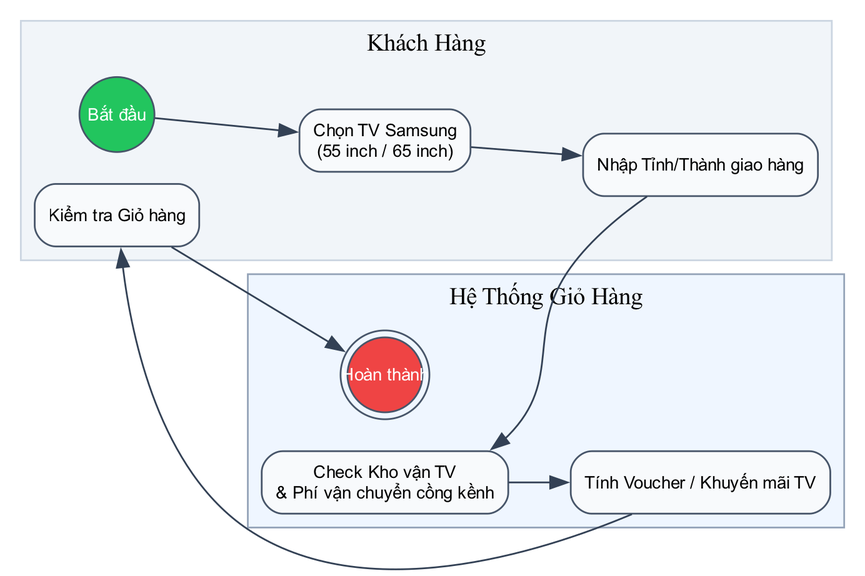
hathuy2706-BA/FPT keeps this Graphviz diagram as diagrams/bpmn_fr05_tv.png. Above is the earlier version. Its source is kept beside it as diagrams/bpmn_fr05_tv.dot. Source of this version:
```dot
digraph G {
    rankdir=LR; bgcolor="white";
    node [fontname="Arial", fontsize=10, shape=box, style="filled,rounded", fillcolor="#F8FAFC", color="#475569"];
    edge [fontname="Arial", fontsize=9, color="#334155"];

    subgraph cluster_user {
        label="Khách Hàng"; style=filled; fillcolor="#F1F5F9"; color="#CBD5E1";
        start [label="Bắt đầu", shape=circle, fillcolor="#22C55E", fontcolor="white", width=0.6, fixedsize=true];
        select_tv [label="Chọn TV Samsung
(55 inch / 65 inch)"];
        input_geo [label="Nhập Tỉnh/Thành giao hàng"];
        view_cart [label="Kiểm tra Giỏ hàng"];
    }

    subgraph cluster_system {
        label="Hệ Thống Giỏ Hàng"; style=filled; fillcolor="#EFF6FF"; color="#94A3B8";
        check_logistics [label="Check Kho vận TV
& Phí vận chuyển cồng kềnh"];
        apply_tv_discount [label="Tính Voucher / Khuyến mãi TV"];
        end [label="Hoàn thành", shape=doublecircle, fillcolor="#EF4444", fontcolor="white", width=0.6, fixedsize=true];
    }

    start -> select_tv -> input_geo -> check_logistics -> apply_tv_discount -> view_cart -> end;
}
```
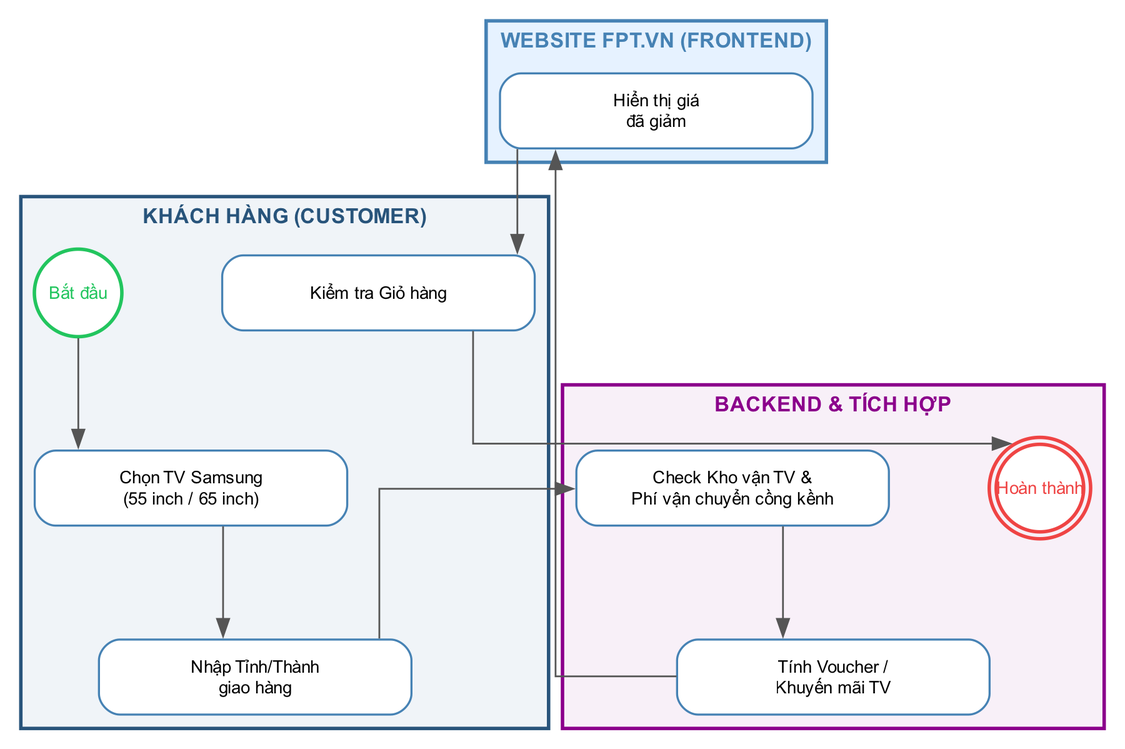
After the change.

Change to the diagram source:
```diff
@@ -1,24 +1,41 @@
 digraph G {
-    rankdir=LR; bgcolor="white";
-    node [fontname="Arial", fontsize=10, shape=box, style="filled,rounded", fillcolor="#F8FAFC", color="#475569"];
-    edge [fontname="Arial", fontsize=9, color="#334155"];
 
-    subgraph cluster_user {
-        label="Khách Hàng"; style=filled; fillcolor="#F1F5F9"; color="#CBD5E1";
-        start [label="Bắt đầu", shape=circle, fillcolor="#22C55E", fontcolor="white", width=0.6, fixedsize=true];
-        select_tv [label="Chọn TV Samsung
-(55 inch / 65 inch)"];
-        input_geo [label="Nhập Tỉnh/Thành giao hàng"];
+    rankdir=TB;
+    splines=ortho;
+    nodesep=0.8;
+    ranksep=0.8;
+    node [fontname="Arial", fontsize=10, shape=box, style="rounded,filled", fillcolor="white", color="#4682B4", penwidth=1.2, width=2.5, height=0.6];
+    edge [fontname="Arial", fontsize=9, color="#555555", penwidth=1.0];
+
+
+    subgraph cluster_customer {
+        label="KHÁCH HÀNG (CUSTOMER)";
+        style=filled; color="#28547B"; fillcolor="#F0F4F8"; penwidth=2;
+        fontcolor="#28547B"; fontsize=12; fontname="Arial bold"; labelloc="t"; labeljust="c";
+
+        start [label="Bắt đầu", shape=circle, style="filled", fillcolor="white", color="#22C55E", fontcolor="#22C55E", penwidth=2, width=0.7, fixedsize=true];
+        select_tv [label="Chọn TV Samsung\n(55 inch / 65 inch)"];
+        input_geo [label="Nhập Tỉnh/Thành\ngiao hàng"];
         view_cart [label="Kiểm tra Giỏ hàng"];
     }
 
-    subgraph cluster_system {
-        label="Hệ Thống Giỏ Hàng"; style=filled; fillcolor="#EFF6FF"; color="#94A3B8";
-        check_logistics [label="Check Kho vận TV
-& Phí vận chuyển cồng kềnh"];
-        apply_tv_discount [label="Tính Voucher / Khuyến mãi TV"];
-        end [label="Hoàn thành", shape=doublecircle, fillcolor="#EF4444", fontcolor="white", width=0.6, fixedsize=true];
+    subgraph cluster_fe {
+        label="WEBSITE FPT.VN (FRONTEND)";
+        style=filled; color="#4682B4"; fillcolor="#E6F2FF"; penwidth=2;
+        fontcolor="#4682B4"; fontsize=12; fontname="Arial bold"; labelloc="t"; labeljust="c";
+
+        display_discount [label="Hiển thị giá\nđã giảm"];
     }
 
-    start -> select_tv -> input_geo -> check_logistics -> apply_tv_discount -> view_cart -> end;
+    subgraph cluster_be {
+        label="BACKEND & TÍCH HỢP";
+        style=filled; color="#8B008B"; fillcolor="#F8F0F8"; penwidth=2;
+        fontcolor="#8B008B"; fontsize=12; fontname="Arial bold"; labelloc="t"; labeljust="c";
+
+        check_logistics [label="Check Kho vận TV &\nPhí vận chuyển cồng kềnh"];
+        apply_tv_discount [label="Tính Voucher /\nKhuyến mãi TV"];
+        end [label="Hoàn thành", shape=doublecircle, style="filled", fillcolor="white", color="#EF4444", fontcolor="#EF4444", penwidth=2, width=0.7, fixedsize=true];
+    }
+
+    start -> select_tv -> input_geo -> check_logistics -> apply_tv_discount -> display_discount -> view_cart -> end;
 }
```
